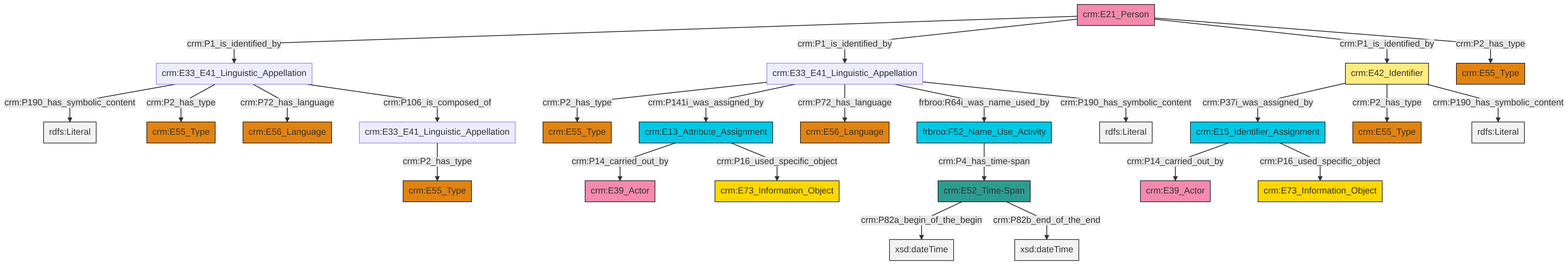
Before: et/personCSV/ttl/mmd/png/Person_Names_and_Classification.png, a diagram exported from Mermaid (swiss-art-research-net/reference-data-models). Its source is kept beside it as et/personCSV/ttl/mmd/Person_Names_and_Classification.ttl.mmd.
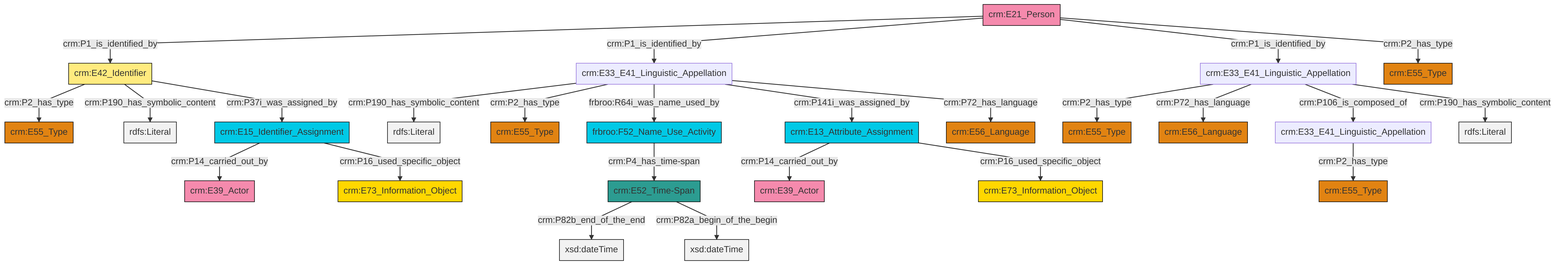
Above is the later version.

Diff of the diagram source:
```diff
@@ -13,27 +13,27 @@
 classDef PC_Classes fill:#4ce600, stroke:#000000;
 classDef Multi fill:#cccccc,stroke:#000000;
 
+0["crm:E13_Attribute_Assignment"]:::Temporal_Entity -->|crm:P14_carried_out_by| 1["crm:E39_Actor"]:::Actor
 2["crm:E15_Identifier_Assignment"]:::Temporal_Entity -->|crm:P14_carried_out_by| 3["crm:E39_Actor"]:::Actor
-6["crm:E33_E41_Linguistic_Appellation"]:::Default -->|crm:P2_has_type| 7["crm:E55_Type"]:::Type
-9["crm:E13_Attribute_Assignment"]:::Temporal_Entity -->|crm:P14_carried_out_by| 10["crm:E39_Actor"]:::Actor
-4["crm:E33_E41_Linguistic_Appellation"]:::Default -->|crm:P190_has_symbolic_content| 16[rdfs:Literal]:::Literal
-14["crm:E52_Time-Span"]:::Time-Span -->|crm:P82a_begin_of_the_begin| 17[xsd:dateTime]:::Literal
-11["crm:E42_Identifier"]:::Appellation -->|crm:P37i_was_assigned_by| 2["crm:E15_Identifier_Assignment"]:::Temporal_Entity
-22["crm:E21_Person"]:::Actor -->|crm:P1_is_identified_by| 4["crm:E33_E41_Linguistic_Appellation"]:::Default
-4["crm:E33_E41_Linguistic_Appellation"]:::Default -->|crm:P2_has_type| 23["crm:E55_Type"]:::Type
-2["crm:E15_Identifier_Assignment"]:::Temporal_Entity -->|crm:P16_used_specific_object| 18["crm:E73_Information_Object"]:::Conceptual_Object
-22["crm:E21_Person"]:::Actor -->|crm:P1_is_identified_by| 29["crm:E33_E41_Linguistic_Appellation"]:::Default
-29["crm:E33_E41_Linguistic_Appellation"]:::Default -->|crm:P2_has_type| 30["crm:E55_Type"]:::Type
-29["crm:E33_E41_Linguistic_Appellation"]:::Default -->|crm:P141i_was_assigned_by| 9["crm:E13_Attribute_Assignment"]:::Temporal_Entity
-11["crm:E42_Identifier"]:::Appellation -->|crm:P2_has_type| 32["crm:E55_Type"]:::Type
-4["crm:E33_E41_Linguistic_Appellation"]:::Default -->|crm:P72_has_language| 27["crm:E56_Language"]:::Type
-11["crm:E42_Identifier"]:::Appellation -->|crm:P190_has_symbolic_content| 35[rdfs:Literal]:::Literal
-29["crm:E33_E41_Linguistic_Appellation"]:::Default -->|crm:P72_has_language| 25["crm:E56_Language"]:::Type
-9["crm:E13_Attribute_Assignment"]:::Temporal_Entity -->|crm:P16_used_specific_object| 38["crm:E73_Information_Object"]:::Conceptual_Object
-22["crm:E21_Person"]:::Actor -->|crm:P1_is_identified_by| 11["crm:E42_Identifier"]:::Appellation
-29["crm:E33_E41_Linguistic_Appellation"]:::Default -->|frbroo:R64i_was_name_used_by| 0["frbroo:F52_Name_Use_Activity"]:::Temporal_Entity
-0["frbroo:F52_Name_Use_Activity"]:::Temporal_Entity -->|crm:P4_has_time-span| 14["crm:E52_Time-Span"]:::Time-Span
-14["crm:E52_Time-Span"]:::Time-Span -->|crm:P82b_end_of_the_end| 41[xsd:dateTime]:::Literal
+4["crm:E33_E41_Linguistic_Appellation"]:::Default -->|crm:P2_has_type| 5["crm:E55_Type"]:::Type
+8["crm:E21_Person"]:::Actor -->|crm:P1_is_identified_by| 9["crm:E42_Identifier"]:::Appellation
+10["crm:E33_E41_Linguistic_Appellation"]:::Default -->|crm:P190_has_symbolic_content| 11[rdfs:Literal]:::Literal
+8["crm:E21_Person"]:::Actor -->|crm:P1_is_identified_by| 10["crm:E33_E41_Linguistic_Appellation"]:::Default
+8["crm:E21_Person"]:::Actor -->|crm:P1_is_identified_by| 4["crm:E33_E41_Linguistic_Appellation"]:::Default
+9["crm:E42_Identifier"]:::Appellation -->|crm:P2_has_type| 16["crm:E55_Type"]:::Type
+10["crm:E33_E41_Linguistic_Appellation"]:::Default -->|crm:P2_has_type| 13["crm:E55_Type"]:::Type
+6["crm:E33_E41_Linguistic_Appellation"]:::Default -->|crm:P2_has_type| 17["crm:E55_Type"]:::Type
+10["crm:E33_E41_Linguistic_Appellation"]:::Default -->|frbroo:R64i_was_name_used_by| 18["frbroo:F52_Name_Use_Activity"]:::Temporal_Entity
+8["crm:E21_Person"]:::Actor -->|crm:P2_has_type| 19["crm:E55_Type"]:::Type
+0["crm:E13_Attribute_Assignment"]:::Temporal_Entity -->|crm:P16_used_specific_object| 21["crm:E73_Information_Object"]:::Conceptual_Object
+4["crm:E33_E41_Linguistic_Appellation"]:::Default -->|crm:P72_has_language| 22["crm:E56_Language"]:::Type
+2["crm:E15_Identifier_Assignment"]:::Temporal_Entity -->|crm:P16_used_specific_object| 25["crm:E73_Information_Object"]:::Conceptual_Object
+10["crm:E33_E41_Linguistic_Appellation"]:::Default -->|crm:P141i_was_assigned_by| 0["crm:E13_Attribute_Assignment"]:::Temporal_Entity
 4["crm:E33_E41_Linguistic_Appellation"]:::Default -->|crm:P106_is_composed_of| 6["crm:E33_E41_Linguistic_Appellation"]:::Default
-29["crm:E33_E41_Linguistic_Appellation"]:::Default -->|crm:P190_has_symbolic_content| 44[rdfs:Literal]:::Literal
-22["crm:E21_Person"]:::Actor -->|crm:P2_has_type| 20["crm:E55_Type"]:::Type
+4["crm:E33_E41_Linguistic_Appellation"]:::Default -->|crm:P190_has_symbolic_content| 28[rdfs:Literal]:::Literal
+9["crm:E42_Identifier"]:::Appellation -->|crm:P190_has_symbolic_content| 42[rdfs:Literal]:::Literal
+38["crm:E52_Time-Span"]:::Time-Span -->|crm:P82b_end_of_the_end| 43[xsd:dateTime]:::Literal
+9["crm:E42_Identifier"]:::Appellation -->|crm:P37i_was_assigned_by| 2["crm:E15_Identifier_Assignment"]:::Temporal_Entity
+18["frbroo:F52_Name_Use_Activity"]:::Temporal_Entity -->|crm:P4_has_time-span| 38["crm:E52_Time-Span"]:::Time-Span
+10["crm:E33_E41_Linguistic_Appellation"]:::Default -->|crm:P72_has_language| 40["crm:E56_Language"]:::Type
+38["crm:E52_Time-Span"]:::Time-Span -->|crm:P82a_begin_of_the_begin| 46[xsd:dateTime]:::Literal
```
